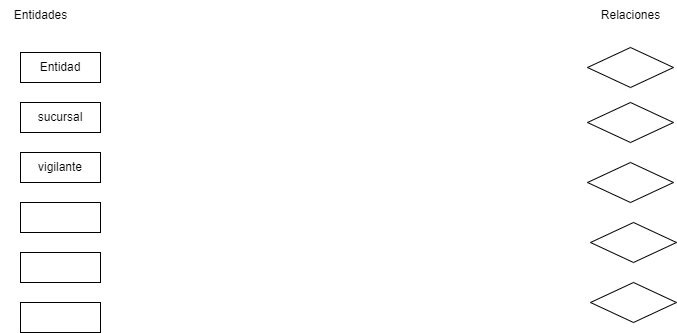
Above: Tarea2_E9.png in adogonz23/BAE (draw.io), before the change. Source tidied: cells renumbered, new cells last; positions are measured from the earlier drawing's top-left corner, leaving out a move shared by most shapes.
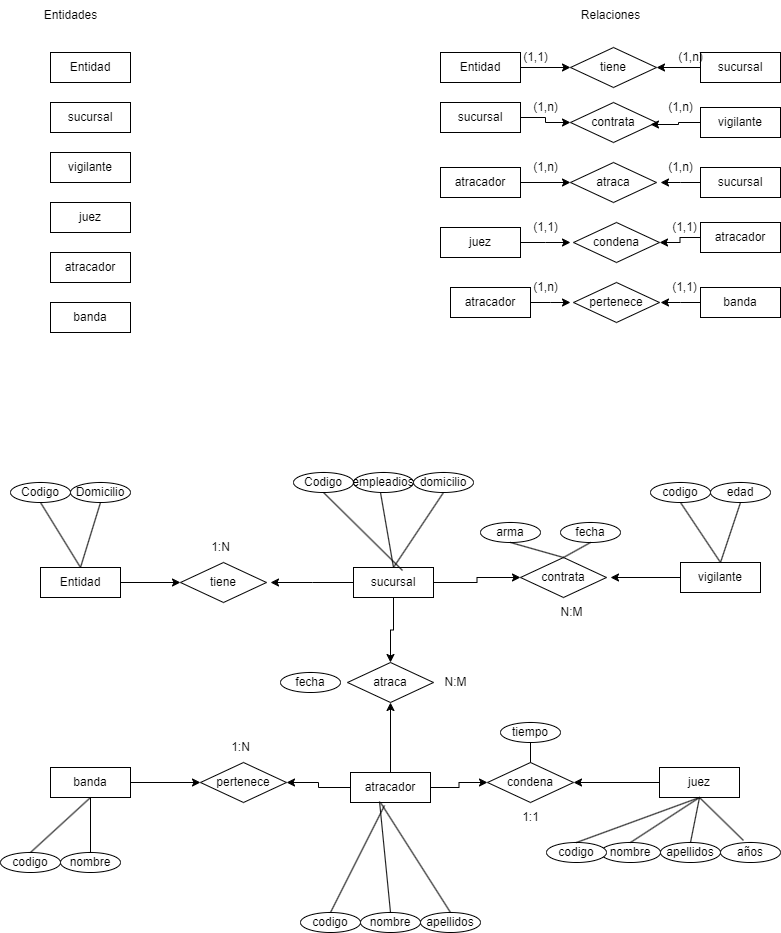
The same diagram one commit later.

The edit, as a diff of the source:
```diff
@@ -13,9 +13,9 @@
     </mxCell>
-    <mxCell id="5" style="rounded=0;whiteSpace=wrap;html=1;" parent="1" vertex="1">
+    <mxCell id="5" value="juez" style="rounded=0;whiteSpace=wrap;html=1;" parent="1" vertex="1">
       <mxGeometry x="20" y="202" width="80" height="30" as="geometry" />
     </mxCell>
-    <mxCell id="6" style="rounded=0;whiteSpace=wrap;html=1;" parent="1" vertex="1">
+    <mxCell id="6" value="atracador" style="rounded=0;whiteSpace=wrap;html=1;" parent="1" vertex="1">
       <mxGeometry x="20" y="252" width="80" height="30" as="geometry" />
     </mxCell>
-    <mxCell id="7" style="rounded=0;whiteSpace=wrap;html=1;" parent="1" vertex="1">
+    <mxCell id="7" value="banda" style="rounded=0;whiteSpace=wrap;html=1;" parent="1" vertex="1">
       <mxGeometry x="20" y="302" width="80" height="30" as="geometry" />
@@ -26,19 +26,318 @@
     <mxCell id="9" value="Relaciones" style="text;html=1;align=center;verticalAlign=middle;strokeColor=none;fillColor=none;" parent="1" vertex="1">
-      <mxGeometry x="590" width="80" height="30" as="geometry" />
+      <mxGeometry x="540" width="80" height="30" as="geometry" />
     </mxCell>
-    <mxCell id="10" style="rhombus;whiteSpace=wrap;html=1;" parent="1" vertex="1">
-      <mxGeometry x="587" y="47" width="86" height="40" as="geometry" />
+    <mxCell id="10" value="tiene" style="rhombus;whiteSpace=wrap;html=1;" parent="1" vertex="1">
+      <mxGeometry x="540" y="47" width="86" height="40" as="geometry" />
     </mxCell>
-    <mxCell id="11" style="rhombus;whiteSpace=wrap;html=1;" parent="1" vertex="1">
-      <mxGeometry x="587" y="102" width="86" height="40" as="geometry" />
+    <mxCell id="11" value="contrata" style="rhombus;whiteSpace=wrap;html=1;" parent="1" vertex="1">
+      <mxGeometry x="540" y="102" width="86" height="40" as="geometry" />
     </mxCell>
-    <mxCell id="12" style="rhombus;whiteSpace=wrap;html=1;" parent="1" vertex="1">
-      <mxGeometry x="587" y="162" width="86" height="40" as="geometry" />
+    <mxCell id="12" value="atraca" style="rhombus;whiteSpace=wrap;html=1;" parent="1" vertex="1">
+      <mxGeometry x="540" y="162" width="86" height="40" as="geometry" />
     </mxCell>
-    <mxCell id="13" style="rhombus;whiteSpace=wrap;html=1;" parent="1" vertex="1">
-      <mxGeometry x="590" y="222" width="86" height="40" as="geometry" />
+    <mxCell id="13" value="condena" style="rhombus;whiteSpace=wrap;html=1;" parent="1" vertex="1">
+      <mxGeometry x="543" y="222" width="86" height="40" as="geometry" />
     </mxCell>
-    <mxCell id="14" style="rhombus;whiteSpace=wrap;html=1;" parent="1" vertex="1">
-      <mxGeometry x="590" y="282" width="86" height="40" as="geometry" />
+    <mxCell id="14" value="pertenece" style="rhombus;whiteSpace=wrap;html=1;" parent="1" vertex="1">
+      <mxGeometry x="543" y="282" width="86" height="40" as="geometry" />
     </mxCell>
+    <mxCell id="15" style="edgeStyle=orthogonalEdgeStyle;rounded=0;jettySize=auto;html=1;entryX=0;entryY=0.5;entryDx=0;entryDy=0;" parent="1" edge="1" source="16" target="10">
+      <mxGeometry relative="1" as="geometry" />
+    </mxCell>
+    <mxCell id="16" value="Entidad" style="rounded=0;whiteSpace=wrap;html=1;" parent="1" vertex="1">
+      <mxGeometry x="410" y="52" width="80" height="30" as="geometry" />
+    </mxCell>
+    <mxCell id="17" style="edgeStyle=orthogonalEdgeStyle;rounded=0;jettySize=auto;html=1;entryX=1;entryY=0.5;entryDx=0;entryDy=0;" parent="1" edge="1" source="18" target="10">
+      <mxGeometry relative="1" as="geometry" />
+    </mxCell>
+    <mxCell id="18" value="sucursal" style="rounded=0;whiteSpace=wrap;html=1;" parent="1" vertex="1">
+      <mxGeometry x="670" y="52" width="80" height="30" as="geometry" />
+    </mxCell>
+    <mxCell id="19" style="edgeStyle=orthogonalEdgeStyle;rounded=0;jettySize=auto;html=1;entryX=0;entryY=0.5;entryDx=0;entryDy=0;" parent="1" edge="1" source="20" target="11">
+      <mxGeometry relative="1" as="geometry" />
+    </mxCell>
+    <mxCell id="20" value="sucursal" style="rounded=0;whiteSpace=wrap;html=1;" parent="1" vertex="1">
+      <mxGeometry x="410" y="102" width="80" height="30" as="geometry" />
+    </mxCell>
+    <mxCell id="21" value="vigilante" style="rounded=0;whiteSpace=wrap;html=1;" parent="1" vertex="1">
+      <mxGeometry x="670" y="107" width="80" height="30" as="geometry" />
+    </mxCell>
+    <mxCell id="22" style="edgeStyle=orthogonalEdgeStyle;rounded=0;jettySize=auto;html=1;entryX=0;entryY=0.5;entryDx=0;entryDy=0;" parent="1" edge="1" source="23" target="12">
+      <mxGeometry relative="1" as="geometry" />
+    </mxCell>
+    <mxCell id="23" value="atracador" style="rounded=0;whiteSpace=wrap;html=1;" parent="1" vertex="1">
+      <mxGeometry x="410" y="167" width="80" height="30" as="geometry" />
+    </mxCell>
+    <mxCell id="24" style="edgeStyle=orthogonalEdgeStyle;rounded=0;jettySize=auto;html=1;entryX=1;entryY=0.5;entryDx=0;entryDy=0;" parent="1" edge="1" source="25" target="13">
+      <mxGeometry relative="1" as="geometry" />
+    </mxCell>
+    <mxCell id="25" value="atracador" style="rounded=0;whiteSpace=wrap;html=1;" parent="1" vertex="1">
+      <mxGeometry x="670" y="222" width="80" height="30" as="geometry" />
+    </mxCell>
+    <mxCell id="26" style="edgeStyle=orthogonalEdgeStyle;rounded=0;jettySize=auto;html=1;" parent="1" edge="1" source="27">
+      <mxGeometry relative="1" as="geometry">
+        <mxPoint x="540" y="242" as="targetPoint" />
+      </mxGeometry>
+    </mxCell>
+    <mxCell id="27" value="juez" style="rounded=0;whiteSpace=wrap;html=1;" parent="1" vertex="1">
+      <mxGeometry x="410" y="227" width="80" height="30" as="geometry" />
+    </mxCell>
+    <mxCell id="28" style="edgeStyle=orthogonalEdgeStyle;rounded=0;jettySize=auto;html=1;" parent="1" edge="1" source="29">
+      <mxGeometry relative="1" as="geometry">
+        <mxPoint x="540" y="302" as="targetPoint" />
+      </mxGeometry>
+    </mxCell>
+    <mxCell id="29" value="atracador" style="rounded=0;whiteSpace=wrap;html=1;" parent="1" vertex="1">
+      <mxGeometry x="420" y="287" width="80" height="30" as="geometry" />
+    </mxCell>
+    <mxCell id="30" style="edgeStyle=orthogonalEdgeStyle;rounded=0;jettySize=auto;html=1;" parent="1" edge="1" source="31">
+      <mxGeometry relative="1" as="geometry">
+        <mxPoint x="630" y="302" as="targetPoint" />
+      </mxGeometry>
+    </mxCell>
+    <mxCell id="31" value="banda" style="rounded=0;whiteSpace=wrap;html=1;" parent="1" vertex="1">
+      <mxGeometry x="670" y="287" width="80" height="30" as="geometry" />
+    </mxCell>
+    <mxCell id="32" style="edgeStyle=orthogonalEdgeStyle;rounded=0;jettySize=auto;html=1;" parent="1" edge="1" source="33">
+      <mxGeometry relative="1" as="geometry">
+        <mxPoint x="630" y="182" as="targetPoint" />
+      </mxGeometry>
+    </mxCell>
+    <mxCell id="33" value="sucursal" style="rounded=0;whiteSpace=wrap;html=1;" parent="1" vertex="1">
+      <mxGeometry x="670" y="167" width="80" height="30" as="geometry" />
+    </mxCell>
+    <mxCell id="34" style="edgeStyle=orthogonalEdgeStyle;rounded=0;jettySize=auto;html=1;entryX=0;entryY=0.5;entryDx=0;entryDy=0;" parent="1" edge="1" source="35" target="54">
+      <mxGeometry relative="1" as="geometry" />
+    </mxCell>
+    <mxCell id="35" value="Entidad" style="rounded=0;whiteSpace=wrap;html=1;" parent="1" vertex="1">
+      <mxGeometry x="10" y="567" width="80" height="30" as="geometry" />
+    </mxCell>
+    <mxCell id="36" style="edgeStyle=orthogonalEdgeStyle;rounded=0;jettySize=auto;html=1;" parent="1" edge="1" source="39">
+      <mxGeometry relative="1" as="geometry">
+        <mxPoint x="240" y="582" as="targetPoint" />
+      </mxGeometry>
+    </mxCell>
+    <mxCell id="37" style="edgeStyle=orthogonalEdgeStyle;rounded=0;jettySize=auto;html=1;entryX=0;entryY=0.5;entryDx=0;entryDy=0;" parent="1" edge="1" source="39" target="53">
+      <mxGeometry relative="1" as="geometry" />
+    </mxCell>
+    <mxCell id="38" style="edgeStyle=orthogonalEdgeStyle;rounded=0;jettySize=auto;html=1;entryX=0.5;entryY=0;entryDx=0;entryDy=0;" parent="1" edge="1" source="39" target="52">
+      <mxGeometry relative="1" as="geometry" />
+    </mxCell>
+    <mxCell id="39" value="sucursal" style="rounded=0;whiteSpace=wrap;html=1;" parent="1" vertex="1">
+      <mxGeometry x="323" y="567" width="80" height="30" as="geometry" />
+    </mxCell>
+    <mxCell id="40" style="edgeStyle=orthogonalEdgeStyle;rounded=0;jettySize=auto;html=1;" parent="1" edge="1" source="41">
+      <mxGeometry relative="1" as="geometry">
+        <mxPoint x="580" y="577" as="targetPoint" />
+      </mxGeometry>
+    </mxCell>
+    <mxCell id="41" value="vigilante" style="rounded=0;whiteSpace=wrap;html=1;" parent="1" vertex="1">
+      <mxGeometry x="650" y="562" width="80" height="30" as="geometry" />
+    </mxCell>
+    <mxCell id="42" style="edgeStyle=orthogonalEdgeStyle;rounded=0;jettySize=auto;html=1;entryX=0.5;entryY=1;entryDx=0;entryDy=0;" parent="1" edge="1" source="45" target="52">
+      <mxGeometry relative="1" as="geometry" />
+    </mxCell>
+    <mxCell id="43" style="edgeStyle=orthogonalEdgeStyle;rounded=0;jettySize=auto;html=1;entryX=0;entryY=0.5;entryDx=0;entryDy=0;" parent="1" edge="1" source="45" target="51">
+      <mxGeometry relative="1" as="geometry" />
+    </mxCell>
+    <mxCell id="44" style="edgeStyle=orthogonalEdgeStyle;rounded=0;jettySize=auto;html=1;entryX=1;entryY=0.5;entryDx=0;entryDy=0;" parent="1" edge="1" source="45" target="50">
+      <mxGeometry relative="1" as="geometry" />
+    </mxCell>
+    <mxCell id="45" value="atracador" style="rounded=0;whiteSpace=wrap;html=1;" parent="1" vertex="1">
+      <mxGeometry x="320" y="772" width="80" height="30" as="geometry" />
+    </mxCell>
+    <mxCell id="46" style="edgeStyle=orthogonalEdgeStyle;rounded=0;jettySize=auto;html=1;entryX=0;entryY=0.5;entryDx=0;entryDy=0;" parent="1" edge="1" source="47" target="50">
+      <mxGeometry relative="1" as="geometry" />
+    </mxCell>
+    <mxCell id="47" value="banda" style="rounded=0;whiteSpace=wrap;html=1;" parent="1" vertex="1">
+      <mxGeometry x="20" y="767" width="80" height="30" as="geometry" />
+    </mxCell>
+    <mxCell id="48" style="edgeStyle=orthogonalEdgeStyle;rounded=0;jettySize=auto;html=1;entryX=1;entryY=0.5;entryDx=0;entryDy=0;" parent="1" edge="1" source="49" target="51">
+      <mxGeometry relative="1" as="geometry" />
+    </mxCell>
+    <mxCell id="49" value="juez" style="rounded=0;whiteSpace=wrap;html=1;" parent="1" vertex="1">
+      <mxGeometry x="629" y="767" width="80" height="30" as="geometry" />
+    </mxCell>
+    <mxCell id="50" value="pertenece" style="rhombus;whiteSpace=wrap;html=1;" parent="1" vertex="1">
+      <mxGeometry x="170" y="762" width="86" height="40" as="geometry" />
+    </mxCell>
+    <mxCell id="51" value="condena" style="rhombus;whiteSpace=wrap;html=1;" parent="1" vertex="1">
+      <mxGeometry x="457" y="762" width="86" height="40" as="geometry" />
+    </mxCell>
+    <mxCell id="52" value="atraca" style="rhombus;whiteSpace=wrap;html=1;" parent="1" vertex="1">
+      <mxGeometry x="317" y="662" width="86" height="40" as="geometry" />
+    </mxCell>
+    <mxCell id="53" value="contrata" style="rhombus;whiteSpace=wrap;html=1;" parent="1" vertex="1">
+      <mxGeometry x="490" y="557" width="86" height="40" as="geometry" />
+    </mxCell>
+    <mxCell id="54" value="tiene" style="rhombus;whiteSpace=wrap;html=1;" parent="1" vertex="1">
+      <mxGeometry x="150" y="562" width="86" height="40" as="geometry" />
+    </mxCell>
+    <mxCell id="55" value="Codigo" style="ellipse;whiteSpace=wrap;html=1;" parent="1" vertex="1">
+      <mxGeometry x="-20" y="482" width="60" height="20" as="geometry" />
+    </mxCell>
+    <mxCell id="56" value="Domicilio" style="ellipse;whiteSpace=wrap;html=1;" parent="1" vertex="1">
+      <mxGeometry x="40" y="482" width="60" height="20" as="geometry" />
+    </mxCell>
+    <mxCell id="57" value="Codigo" style="ellipse;whiteSpace=wrap;html=1;" parent="1" vertex="1">
+      <mxGeometry x="263" y="472" width="60" height="20" as="geometry" />
+    </mxCell>
+    <mxCell id="58" value="empleadios" style="ellipse;whiteSpace=wrap;html=1;" parent="1" vertex="1">
+      <mxGeometry x="323" y="472" width="60" height="20" as="geometry" />
+    </mxCell>
+    <mxCell id="59" value="domicilio" style="ellipse;whiteSpace=wrap;html=1;" parent="1" vertex="1">
+      <mxGeometry x="383" y="472" width="60" height="20" as="geometry" />
+    </mxCell>
+    <mxCell id="60" value="codigo" style="ellipse;whiteSpace=wrap;html=1;" parent="1" vertex="1">
+      <mxGeometry x="620" y="482" width="60" height="20" as="geometry" />
+    </mxCell>
+    <mxCell id="61" value="edad" style="ellipse;whiteSpace=wrap;html=1;" parent="1" vertex="1">
+      <mxGeometry x="680" y="482" width="60" height="20" as="geometry" />
+    </mxCell>
+    <mxCell id="62" value="nombre" style="ellipse;whiteSpace=wrap;html=1;" parent="1" vertex="1">
+      <mxGeometry x="570" y="842" width="60" height="20" as="geometry" />
+    </mxCell>
+    <mxCell id="63" value="apellidos" style="ellipse;whiteSpace=wrap;html=1;" parent="1" vertex="1">
+      <mxGeometry x="630" y="842" width="60" height="20" as="geometry" />
+    </mxCell>
+    <mxCell id="64" value="años" style="ellipse;whiteSpace=wrap;html=1;" parent="1" vertex="1">
+      <mxGeometry x="690" y="842" width="60" height="20" as="geometry" />
+    </mxCell>
+    <mxCell id="65" value="codigo" style="ellipse;whiteSpace=wrap;html=1;" parent="1" vertex="1">
+      <mxGeometry x="270" y="912" width="60" height="20" as="geometry" />
+    </mxCell>
+    <mxCell id="66" value="nombre" style="ellipse;whiteSpace=wrap;html=1;" parent="1" vertex="1">
+      <mxGeometry x="330" y="912" width="60" height="20" as="geometry" />
+    </mxCell>
+    <mxCell id="67" value="apellidos" style="ellipse;whiteSpace=wrap;html=1;" parent="1" vertex="1">
+      <mxGeometry x="390" y="912" width="60" height="20" as="geometry" />
+    </mxCell>
+    <mxCell id="68" value="codigo" style="ellipse;whiteSpace=wrap;html=1;" parent="1" vertex="1">
+      <mxGeometry x="-30" y="852" width="60" height="20" as="geometry" />
+    </mxCell>
+    <mxCell id="69" value="nombre" style="ellipse;whiteSpace=wrap;html=1;" parent="1" vertex="1">
+      <mxGeometry x="30" y="852" width="60" height="20" as="geometry" />
+    </mxCell>
+    <mxCell id="70" value="codigo" style="ellipse;whiteSpace=wrap;html=1;" parent="1" vertex="1">
+      <mxGeometry x="516" y="842" width="60" height="20" as="geometry" />
+    </mxCell>
+    <mxCell id="71" value="tiempo" style="ellipse;whiteSpace=wrap;html=1;" parent="1" vertex="1">
+      <mxGeometry x="470" y="722" width="60" height="20" as="geometry" />
+    </mxCell>
+    <mxCell id="72" value="fecha" style="ellipse;whiteSpace=wrap;html=1;" parent="1" vertex="1">
+      <mxGeometry x="250" y="672" width="60" height="20" as="geometry" />
+    </mxCell>
+    <mxCell id="73" value="arma" style="ellipse;whiteSpace=wrap;html=1;" parent="1" vertex="1">
+      <mxGeometry x="450" y="522" width="60" height="20" as="geometry" />
+    </mxCell>
+    <mxCell id="74" value="fecha" style="ellipse;whiteSpace=wrap;html=1;" parent="1" vertex="1">
+      <mxGeometry x="530" y="522" width="60" height="20" as="geometry" />
+    </mxCell>
+    <mxCell id="75" style="edgeStyle=orthogonalEdgeStyle;rounded=0;jettySize=auto;html=1;entryX=0.93;entryY=0.55;entryDx=0;entryDy=0;entryPerimeter=0;" parent="1" edge="1" source="21" target="11">
+      <mxGeometry relative="1" as="geometry" />
+    </mxCell>
+    <mxCell id="76" style="endArrow=none;html=1;rounded=0;entryX=0.5;entryY=1;entryDx=0;entryDy=0;exitX=0.5;exitY=0;exitDx=0;exitDy=0;" parent="1" edge="1" source="35" target="55">
+      <mxGeometry relative="1" as="geometry" />
+    </mxCell>
+    <mxCell id="77" style="endArrow=none;html=1;rounded=0;entryX=0.5;entryY=1;entryDx=0;entryDy=0;exitX=0.5;exitY=0;exitDx=0;exitDy=0;" parent="1" edge="1" source="35" target="56">
+      <mxGeometry relative="1" as="geometry" />
+    </mxCell>
+    <mxCell id="78" style="endArrow=none;html=1;rounded=0;entryX=0.5;entryY=1;entryDx=0;entryDy=0;exitX=0.613;exitY=0.1;exitDx=0;exitDy=0;exitPerimeter=0;" parent="1" edge="1" source="39" target="57">
+      <mxGeometry relative="1" as="geometry" />
+    </mxCell>
+    <mxCell id="79" style="endArrow=none;html=1;rounded=0;entryX=0.5;entryY=1;entryDx=0;entryDy=0;exitX=0.5;exitY=0;exitDx=0;exitDy=0;" parent="1" edge="1" source="39" target="59">
+      <mxGeometry relative="1" as="geometry" />
+    </mxCell>
+    <mxCell id="80" style="endArrow=none;html=1;rounded=0;entryX=0.45;entryY=1;entryDx=0;entryDy=0;entryPerimeter=0;exitX=0.5;exitY=0;exitDx=0;exitDy=0;" parent="1" edge="1" source="39" target="58">
+      <mxGeometry relative="1" as="geometry" />
+    </mxCell>
+    <mxCell id="81" style="endArrow=none;html=1;rounded=0;entryX=0.5;entryY=1;entryDx=0;entryDy=0;exitX=0.5;exitY=0;exitDx=0;exitDy=0;" parent="1" edge="1" source="53" target="73">
+      <mxGeometry relative="1" as="geometry" />
+    </mxCell>
+    <mxCell id="82" style="endArrow=none;html=1;rounded=0;entryX=0.5;entryY=1;entryDx=0;entryDy=0;exitX=0.5;exitY=0;exitDx=0;exitDy=0;" parent="1" edge="1" source="53" target="74">
+      <mxGeometry relative="1" as="geometry" />
+    </mxCell>
+    <mxCell id="83" style="endArrow=none;html=1;rounded=0;entryX=0.5;entryY=1;entryDx=0;entryDy=0;exitX=0.5;exitY=0;exitDx=0;exitDy=0;" parent="1" edge="1" source="41" target="60">
+      <mxGeometry relative="1" as="geometry" />
+    </mxCell>
+    <mxCell id="84" style="endArrow=none;html=1;rounded=0;entryX=0.5;entryY=1;entryDx=0;entryDy=0;" parent="1" edge="1" target="61">
+      <mxGeometry relative="1" as="geometry">
+        <mxPoint x="690" y="562" as="sourcePoint" />
+      </mxGeometry>
+    </mxCell>
+    <mxCell id="85" style="endArrow=none;html=1;rounded=0;entryX=0.5;entryY=1;entryDx=0;entryDy=0;exitX=0.5;exitY=0;exitDx=0;exitDy=0;" parent="1" edge="1" source="51" target="71">
+      <mxGeometry relative="1" as="geometry" />
+    </mxCell>
+    <mxCell id="86" style="endArrow=none;html=1;rounded=0;entryX=0.5;entryY=1;entryDx=0;entryDy=0;exitX=0.5;exitY=0;exitDx=0;exitDy=0;" parent="1" edge="1" source="70" target="49">
+      <mxGeometry relative="1" as="geometry" />
+    </mxCell>
+    <mxCell id="87" style="endArrow=none;html=1;rounded=0;entryX=0.5;entryY=1;entryDx=0;entryDy=0;exitX=0.5;exitY=0;exitDx=0;exitDy=0;" parent="1" edge="1" source="62" target="49">
+      <mxGeometry relative="1" as="geometry" />
+    </mxCell>
+    <mxCell id="88" style="endArrow=none;html=1;rounded=0;entryX=0.5;entryY=1;entryDx=0;entryDy=0;exitX=0.5;exitY=0;exitDx=0;exitDy=0;" parent="1" edge="1" source="63" target="49">
+      <mxGeometry relative="1" as="geometry" />
+    </mxCell>
+    <mxCell id="89" style="endArrow=none;html=1;rounded=0;entryX=0.5;entryY=1;entryDx=0;entryDy=0;exitX=0.383;exitY=-0.1;exitDx=0;exitDy=0;exitPerimeter=0;" parent="1" edge="1" source="64" target="49">
+      <mxGeometry relative="1" as="geometry" />
+    </mxCell>
+    <mxCell id="90" style="endArrow=none;html=1;rounded=0;entryX=0.375;entryY=1;entryDx=0;entryDy=0;exitX=0.5;exitY=0;exitDx=0;exitDy=0;entryPerimeter=0;" parent="1" edge="1" source="67" target="45">
+      <mxGeometry relative="1" as="geometry" />
+    </mxCell>
+    <mxCell id="91" style="endArrow=none;html=1;rounded=0;entryX=0.363;entryY=0.967;entryDx=0;entryDy=0;exitX=0.5;exitY=0;exitDx=0;exitDy=0;entryPerimeter=0;" parent="1" edge="1" source="66" target="45">
+      <mxGeometry relative="1" as="geometry" />
+    </mxCell>
+    <mxCell id="92" style="endArrow=none;html=1;rounded=0;entryX=0.425;entryY=1.1;entryDx=0;entryDy=0;exitX=0.5;exitY=0;exitDx=0;exitDy=0;entryPerimeter=0;" parent="1" edge="1" source="65" target="45">
+      <mxGeometry relative="1" as="geometry" />
+    </mxCell>
+    <mxCell id="93" style="endArrow=none;html=1;rounded=0;exitX=0.5;exitY=0;exitDx=0;exitDy=0;entryX=0.5;entryY=1;entryDx=0;entryDy=0;" parent="1" edge="1" source="69" target="47">
+      <mxGeometry relative="1" as="geometry" />
+    </mxCell>
+    <mxCell id="94" style="endArrow=none;html=1;rounded=0;exitX=0.5;exitY=0;exitDx=0;exitDy=0;entryX=0.5;entryY=1;entryDx=0;entryDy=0;" parent="1" edge="1" source="68" target="47">
+      <mxGeometry relative="1" as="geometry" />
+    </mxCell>
+    <mxCell id="95" value="1:N" style="text;html=1;align=center;verticalAlign=middle;strokeColor=none;fillColor=none;" parent="1" vertex="1">
+      <mxGeometry x="170" y="532" width="40" height="30" as="geometry" />
+    </mxCell>
+    <mxCell id="96" value="N:M" style="text;html=1;align=center;verticalAlign=middle;strokeColor=none;fillColor=none;" parent="1" vertex="1">
+      <mxGeometry x="516" y="597" width="50" height="30" as="geometry" />
+    </mxCell>
+    <mxCell id="97" value="N:M" style="text;html=1;align=center;verticalAlign=middle;strokeColor=none;fillColor=none;" parent="1" vertex="1">
+      <mxGeometry x="400" y="667" width="50" height="30" as="geometry" />
+    </mxCell>
+    <mxCell id="98" value="1:1" style="text;html=1;align=center;verticalAlign=middle;strokeColor=none;fillColor=none;" parent="1" vertex="1">
+      <mxGeometry x="480" y="802" width="40" height="30" as="geometry" />
+    </mxCell>
+    <mxCell id="99" value="1:N" style="text;html=1;align=center;verticalAlign=middle;strokeColor=none;fillColor=none;" parent="1" vertex="1">
+      <mxGeometry x="190" y="732" width="40" height="30" as="geometry" />
+    </mxCell>
+    <mxCell id="100" value="(1,n)" style="text;html=1;align=center;verticalAlign=middle;strokeColor=none;fillColor=none;" parent="1" vertex="1">
+      <mxGeometry x="490" y="272" width="50" height="30" as="geometry" />
+    </mxCell>
+    <mxCell id="101" value="(1,1)" style="text;html=1;align=center;verticalAlign=middle;strokeColor=none;fillColor=none;" parent="1" vertex="1">
+      <mxGeometry x="629" y="272" width="50" height="30" as="geometry" />
+    </mxCell>
+    <mxCell id="102" value="(1,1)" style="text;html=1;align=center;verticalAlign=middle;strokeColor=none;fillColor=none;" parent="1" vertex="1">
+      <mxGeometry x="629" y="212" width="50" height="30" as="geometry" />
+    </mxCell>
+    <mxCell id="103" value="(1,1)" style="text;html=1;align=center;verticalAlign=middle;strokeColor=none;fillColor=none;" parent="1" vertex="1">
+      <mxGeometry x="490" y="212" width="50" height="30" as="geometry" />
+    </mxCell>
+    <mxCell id="104" value="(1,n)" style="text;html=1;align=center;verticalAlign=middle;strokeColor=none;fillColor=none;" parent="1" vertex="1">
+      <mxGeometry x="490" y="152" width="50" height="30" as="geometry" />
+    </mxCell>
+    <mxCell id="105" value="(1,n)" style="text;html=1;align=center;verticalAlign=middle;strokeColor=none;fillColor=none;" parent="1" vertex="1">
+      <mxGeometry x="625" y="152" width="50" height="30" as="geometry" />
+    </mxCell>
+    <mxCell id="106" value="(1,n)" style="text;html=1;align=center;verticalAlign=middle;strokeColor=none;fillColor=none;" parent="1" vertex="1">
+      <mxGeometry x="490" y="92" width="50" height="30" as="geometry" />
+    </mxCell>
+    <mxCell id="107" value="(1,n)" style="text;html=1;align=center;verticalAlign=middle;strokeColor=none;fillColor=none;" parent="1" vertex="1">
+      <mxGeometry x="625" y="92" width="50" height="30" as="geometry" />
+    </mxCell>
+    <mxCell id="108" value="(1,1)" style="text;html=1;align=center;verticalAlign=middle;strokeColor=none;fillColor=none;" parent="1" vertex="1">
+      <mxGeometry x="480" y="42" width="50" height="30" as="geometry" />
+    </mxCell>
+    <mxCell id="109" value="(1,n)" style="text;html=1;align=center;verticalAlign=middle;strokeColor=none;fillColor=none;" parent="1" vertex="1">
+      <mxGeometry x="635" y="42" width="50" height="30" as="geometry" />
+    </mxCell>
   </root>
```
